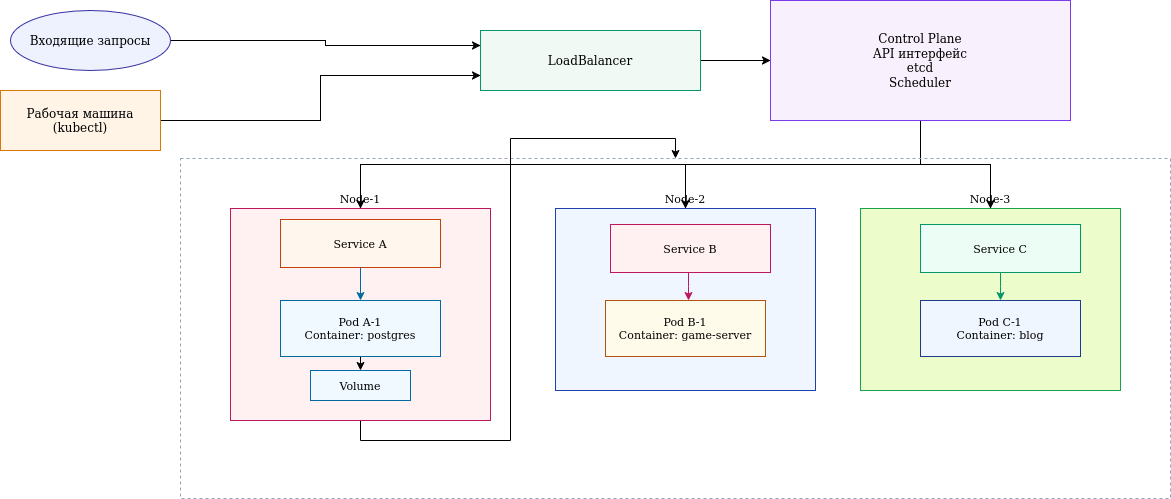
This is exercises/3_10-3_11/ex311_files/diagram.png from DarkSeriusCode/IIT-labs, a draw.io export, as it was before one commit. Source tidied: cells renumbered, new cells last; positions are measured from the earlier drawing's top-left corner, leaving out a move shared by most shapes.
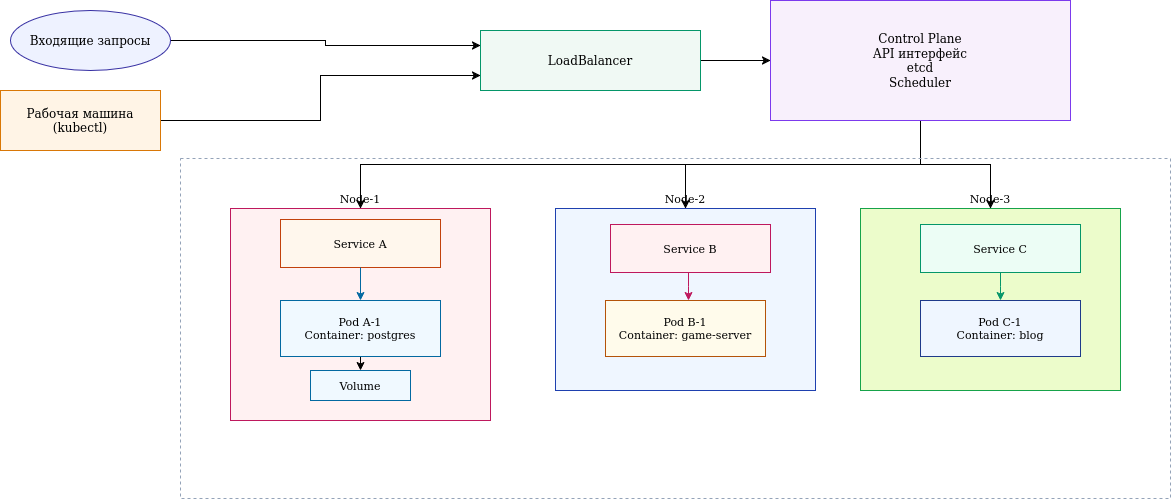
After the commit.

What changed in the source:
```diff
@@ -35,9 +35,6 @@
     <mxCell id="12" value="Кластер Kubernetes" style="rounded;whiteSpace=wrap;html=1;fillColor=none;strokeColor=#94A3B8;dashed=1;fontSize=14;" parent="1" vertex="1">
       <mxGeometry x="180" y="158" width="990" height="340" as="geometry" />
     </mxCell>
-    <mxCell id="13" style="edgeStyle=orthogonalEdgeStyle;rounded=0;jettySize=auto;html=1;exitX=0.5;exitY=1;exitDx=0;exitDy=0;" parent="1" edge="1" source="14" target="12">
-      <mxGeometry relative="1" as="geometry" />
-    </mxCell>
     <mxCell id="14" value="Node-1" style="rounded;whiteSpace=wrap;html=1;fillColor=#FFF1F2;strokeColor=#BE185D;fontSize=11;labelPosition=center;verticalLabelPosition=top;align=center;verticalAlign=bottom;" parent="1" vertex="1">
       <mxGeometry x="230" y="208" width="260" height="212" as="geometry" />
     </mxCell>
```
